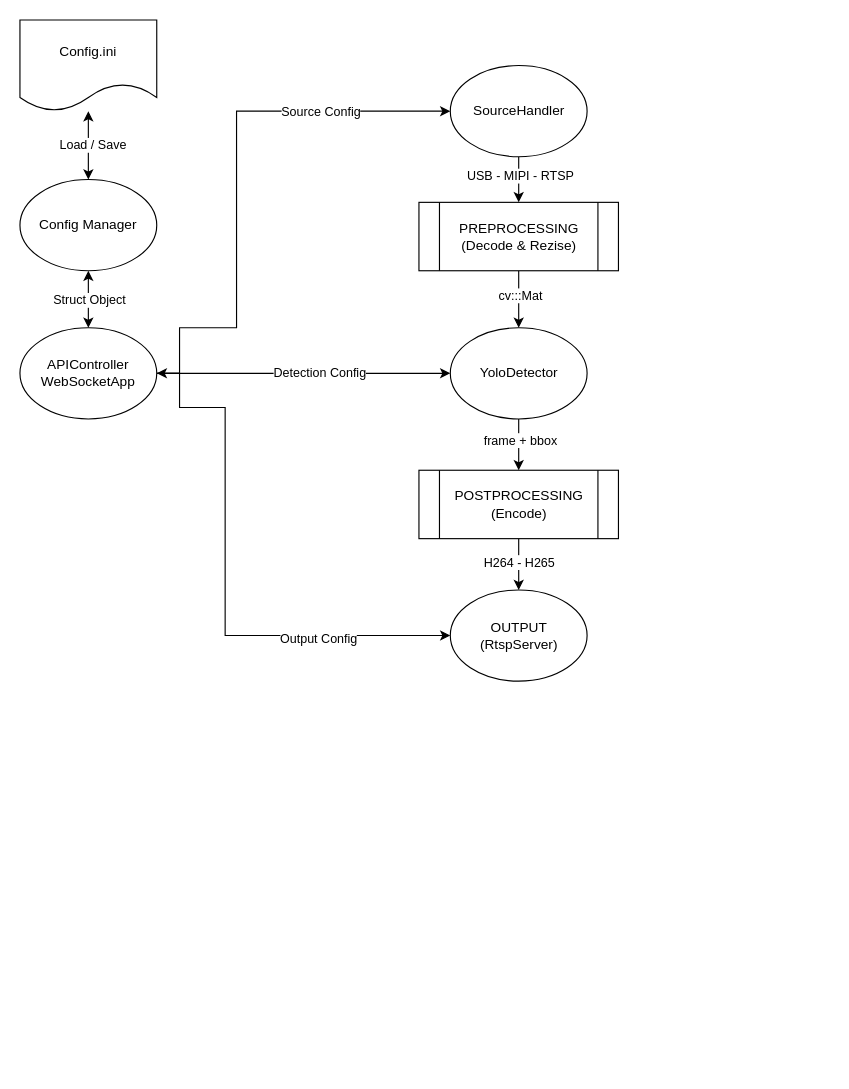
Above: DiagramArsitektur.drawio in BagaszPraa/SurveilanceCam (draw.io), before the change. Source tidied: cells renumbered, new cells numbered last; positions are measured from the earlier drawing's top-left corner, leaving out a move shared by most shapes. Both pictures are drawn from the tidied source at 114%, with x=0, y=0 at pixel (19, 19).
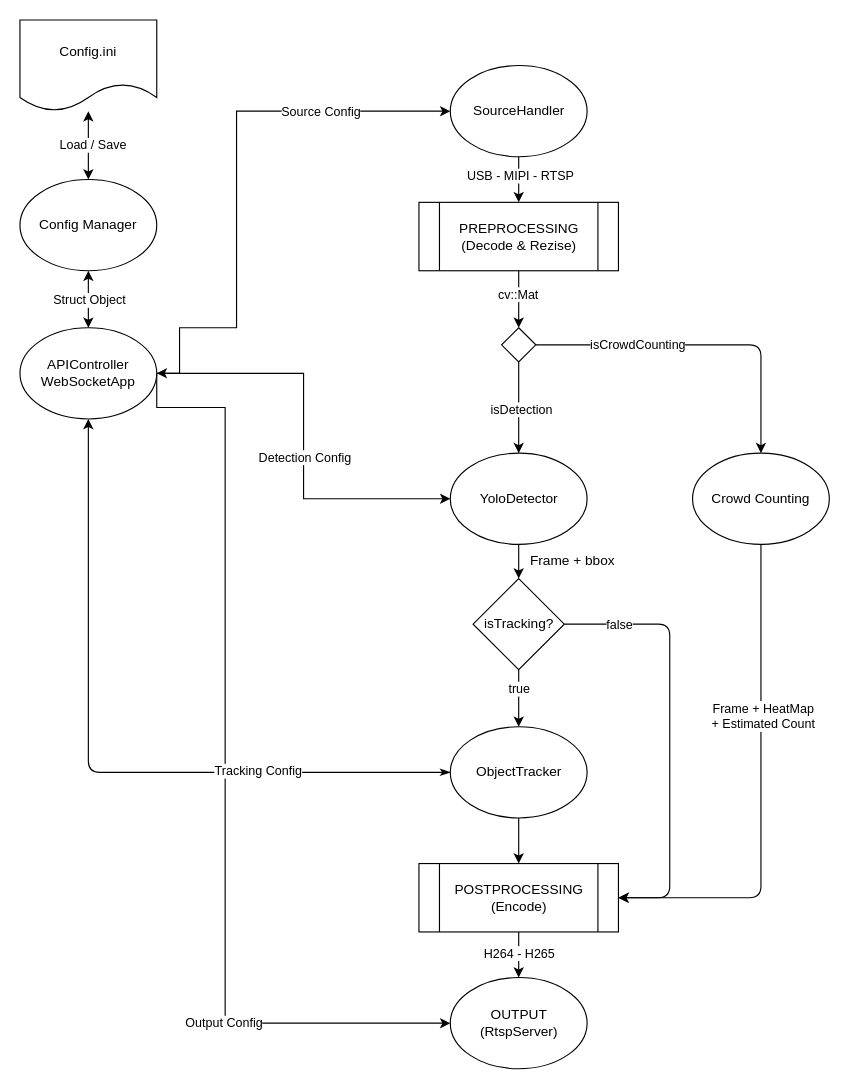
After the change.

The change refers to these unchanged cells:
```xml
<mxCell id="10" value="APIController&lt;div&gt;WebSocketApp&lt;/div&gt;" style="ellipse;whiteSpace=wrap;html=1;" parent="1" vertex="1">
  <mxGeometry y="270" width="120" height="80" as="geometry" />
</mxCell>
<mxCell id="14" value="PREPROCESSING&lt;div&gt;(Decode &amp;amp; Rezise)&lt;/div&gt;" style="shape=process;whiteSpace=wrap;html=1;backgroundOutline=1;" parent="1" vertex="1">
  <mxGeometry x="350" y="160" width="175" height="60" as="geometry" />
</mxCell>
```

What changed in the source:
```diff
@@
-    <mxCell id="2" style="edgeStyle=orthogonalEdgeStyle;rounded=0;jettySize=auto;html=1;entryX=0.5;entryY=0;entryDx=0;entryDy=0;exitX=0.5;exitY=1;exitDx=0;exitDy=0;" parent="1" edge="1" source="22" target="17">
-      <mxGeometry relative="1" as="geometry" />
-    </mxCell>
-    <mxCell id="3" value="frame + bbox" style="edgeLabel;html=1;align=center;verticalAlign=middle;" parent="2" vertex="1">
-      <mxGeometry x="-0.19" y="1" relative="1" as="geometry" />
-    </mxCell>
@@
     <mxCell id="11" value="OUTPUT&lt;div&gt;(RtspServer)&lt;/div&gt;" style="ellipse;whiteSpace=wrap;html=1;" parent="1" vertex="1">
-      <mxGeometry x="377.5" y="500" width="120" height="80" as="geometry" />
+      <mxGeometry x="377.5" y="840" width="120" height="80" as="geometry" />
     </mxCell>
-    <mxCell id="12" style="edgeStyle=orthogonalEdgeStyle;rounded=0;jettySize=auto;html=1;exitX=0.5;exitY=1;exitDx=0;exitDy=0;entryX=0.5;entryY=0;entryDx=0;entryDy=0;" parent="1" edge="1" source="14" target="22">
-      <mxGeometry relative="1" as="geometry" />
-    </mxCell>
-    <mxCell id="13" value="cv:::Mat" style="edgeLabel;html=1;align=center;verticalAlign=middle;" parent="12" vertex="1">
-      <mxGeometry x="-0.15" y="1" relative="1" as="geometry" />
-    </mxCell>
+    <mxCell id="28" style="edgeStyle=none;html=1;exitX=0.5;exitY=1;exitDx=0;exitDy=0;entryX=0.5;entryY=0;entryDx=0;entryDy=0;" parent="1" edge="1" source="14" target="48">
+      <mxGeometry relative="1" as="geometry" />
+    </mxCell>
+    <mxCell id="29" value="cv::Mat" style="edgeLabel;html=1;align=center;verticalAlign=middle;" parent="28" vertex="1">
+      <mxGeometry x="-0.2" y="-1" relative="1" as="geometry" />
+    </mxCell>
@@
     <mxCell id="17" value="POSTPROCESSING&lt;div&gt;(Encode)&lt;/div&gt;" style="shape=process;whiteSpace=wrap;html=1;backgroundOutline=1;" parent="1" vertex="1">
-      <mxGeometry x="350" y="395" width="175" height="60" as="geometry" />
+      <mxGeometry x="350" y="740" width="175" height="60" as="geometry" />
     </mxCell>
@@
+    <mxCell id="30" style="edgeStyle=none;html=1;exitX=0.5;exitY=1;exitDx=0;exitDy=0;entryX=0.5;entryY=0;entryDx=0;entryDy=0;" parent="1" edge="1" source="22" target="39">
+      <mxGeometry relative="1" as="geometry" />
+    </mxCell>
     <mxCell id="22" value="YoloDetector" style="ellipse;whiteSpace=wrap;html=1;" parent="1" vertex="1">
-      <mxGeometry x="377.5" y="270" width="120" height="80" as="geometry" />
+      <mxGeometry x="377.5" y="380" width="120" height="80" as="geometry" />
     </mxCell>
@@
+    <mxCell id="31" style="edgeStyle=none;html=1;exitX=0.5;exitY=1;exitDx=0;exitDy=0;entryX=0.5;entryY=0;entryDx=0;entryDy=0;" parent="1" edge="1" source="34" target="17">
+      <mxGeometry relative="1" as="geometry" />
+    </mxCell>
+    <mxCell id="32" style="edgeStyle=orthogonalEdgeStyle;html=1;exitX=0;exitY=0.5;exitDx=0;exitDy=0;entryX=0.5;entryY=1;entryDx=0;entryDy=0;endArrow=classic;endFill=1;startArrow=classicThin;startFill=1;jumpStyle=arc;strokeColor=default;" parent="1" edge="1" source="34" target="10">
+      <mxGeometry relative="1" as="geometry" />
+    </mxCell>
+    <mxCell id="33" value="Tracking Config" style="edgeLabel;html=1;align=center;verticalAlign=middle;" parent="32" vertex="1">
+      <mxGeometry x="-0.46" y="-2" relative="1" as="geometry" />
+    </mxCell>
+    <mxCell id="34" value="ObjectTracker" style="ellipse;whiteSpace=wrap;html=1;" parent="1" vertex="1">
+      <mxGeometry x="377.5" y="620" width="120" height="80" as="geometry" />
+    </mxCell>
+    <mxCell id="35" style="edgeStyle=none;html=1;exitX=0.5;exitY=1;exitDx=0;exitDy=0;entryX=0.5;entryY=0;entryDx=0;entryDy=0;" parent="1" edge="1" source="39" target="34">
+      <mxGeometry relative="1" as="geometry" />
+    </mxCell>
+    <mxCell id="36" value="true" style="edgeLabel;html=1;align=center;verticalAlign=middle;" parent="35" vertex="1">
+      <mxGeometry x="-0.37" relative="1" as="geometry" />
+    </mxCell>
+    <mxCell id="37" style="edgeStyle=orthogonalEdgeStyle;html=1;exitX=1;exitY=0.5;exitDx=0;exitDy=0;entryX=1;entryY=0.5;entryDx=0;entryDy=0;" parent="1" edge="1" source="39" target="17">
+      <mxGeometry relative="1" as="geometry">
+        <Array as="points">
+          <mxPoint x="570" y="530" />
+          <mxPoint x="570" y="770" />
+        </Array>
+      </mxGeometry>
+    </mxCell>
+    <mxCell id="38" value="false" style="edgeLabel;html=1;align=center;verticalAlign=middle;" parent="37" vertex="1">
+      <mxGeometry x="-0.79" y="3" relative="1" as="geometry">
+        <mxPoint x="8" y="3" as="offset" />
+      </mxGeometry>
+    </mxCell>
+    <mxCell id="39" value="isTracking?" style="rhombus;whiteSpace=wrap;html=1;" parent="1" vertex="1">
+      <mxGeometry x="397.5" y="490" width="80" height="80" as="geometry" />
+    </mxCell>
+    <mxCell id="40" value="Frame + bbox" style="text;html=1;align=center;verticalAlign=middle;whiteSpace=wrap;rounded=0;" parent="1" vertex="1">
+      <mxGeometry x="445" y="460" width="80" height="30" as="geometry" />
+    </mxCell>
+    <mxCell id="41" style="edgeStyle=orthogonalEdgeStyle;html=1;exitX=0.5;exitY=1;exitDx=0;exitDy=0;entryX=1;entryY=0.5;entryDx=0;entryDy=0;" parent="1" edge="1" source="43" target="17">
+      <mxGeometry relative="1" as="geometry" />
+    </mxCell>
+    <mxCell id="42" value="Frame + HeatMap&lt;br&gt;+ Estimated Count" style="edgeLabel;html=1;align=center;verticalAlign=middle;" parent="41" vertex="1">
+      <mxGeometry x="-0.31" y="1" relative="1" as="geometry" />
+    </mxCell>
+    <mxCell id="43" value="Crowd Counting" style="ellipse;whiteSpace=wrap;html=1;" parent="1" vertex="1">
+      <mxGeometry x="590" y="380" width="120" height="80" as="geometry" />
+    </mxCell>
+    <mxCell id="44" style="edgeStyle=none;html=1;exitX=0.5;exitY=1;exitDx=0;exitDy=0;entryX=0.5;entryY=0;entryDx=0;entryDy=0;" parent="1" edge="1" source="48" target="22">
+      <mxGeometry relative="1" as="geometry" />
+    </mxCell>
+    <mxCell id="45" value="isDetection" style="edgeLabel;html=1;align=center;verticalAlign=middle;" parent="44" vertex="1">
+      <mxGeometry x="0.03" y="2" relative="1" as="geometry" />
+    </mxCell>
+    <mxCell id="46" style="edgeStyle=orthogonalEdgeStyle;html=1;exitX=1;exitY=0.5;exitDx=0;exitDy=0;entryX=0.5;entryY=0;entryDx=0;entryDy=0;" parent="1" edge="1" source="48" target="43">
+      <mxGeometry relative="1" as="geometry" />
+    </mxCell>
+    <mxCell id="47" value="isCrowdCounting" style="edgeLabel;html=1;align=center;verticalAlign=middle;" parent="46" vertex="1">
+      <mxGeometry x="-0.39" y="1" relative="1" as="geometry" />
+    </mxCell>
+    <mxCell id="48" style="rhombus;whiteSpace=wrap;html=1;" parent="1" vertex="1">
+      <mxGeometry x="422.5" y="270" width="30" height="30" as="geometry" />
+    </mxCell>
```
